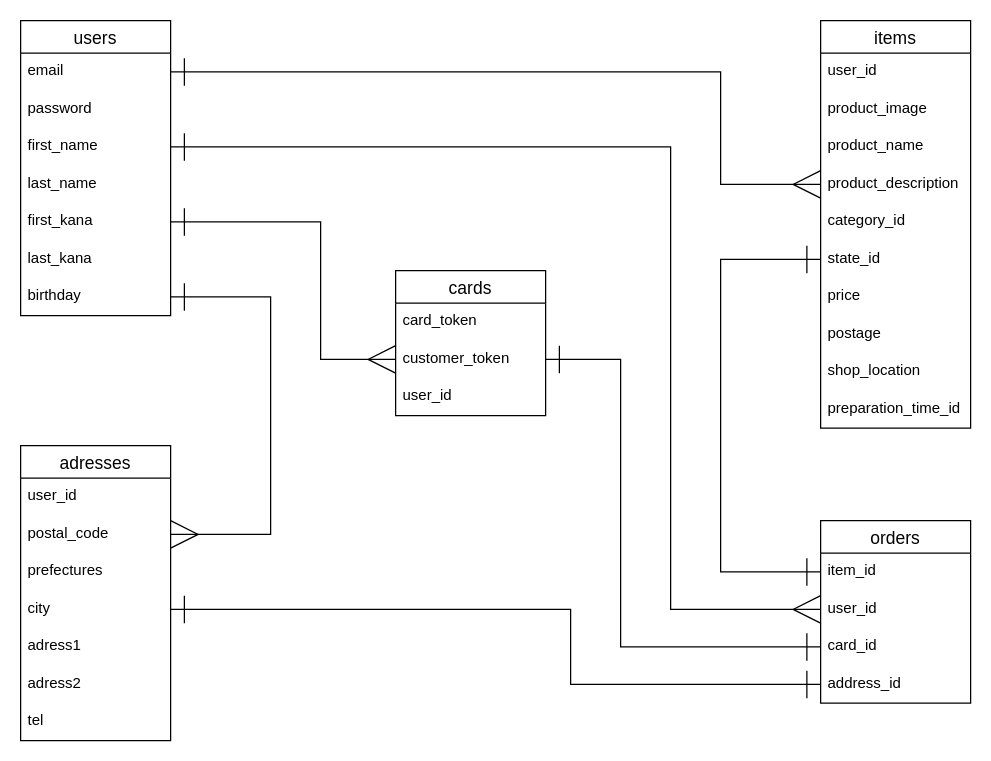
OishiShota/furima-33917 keeps this draw.io diagram as DB.dio. Above is the earlier version. Source tidied: cells renumbered, new cells numbered last; positions are measured from the earlier drawing's top-left corner, leaving out a move shared by most shapes. Both pictures are drawn from the tidied source at 125%, with x=0, y=0 at pixel (20, 20).
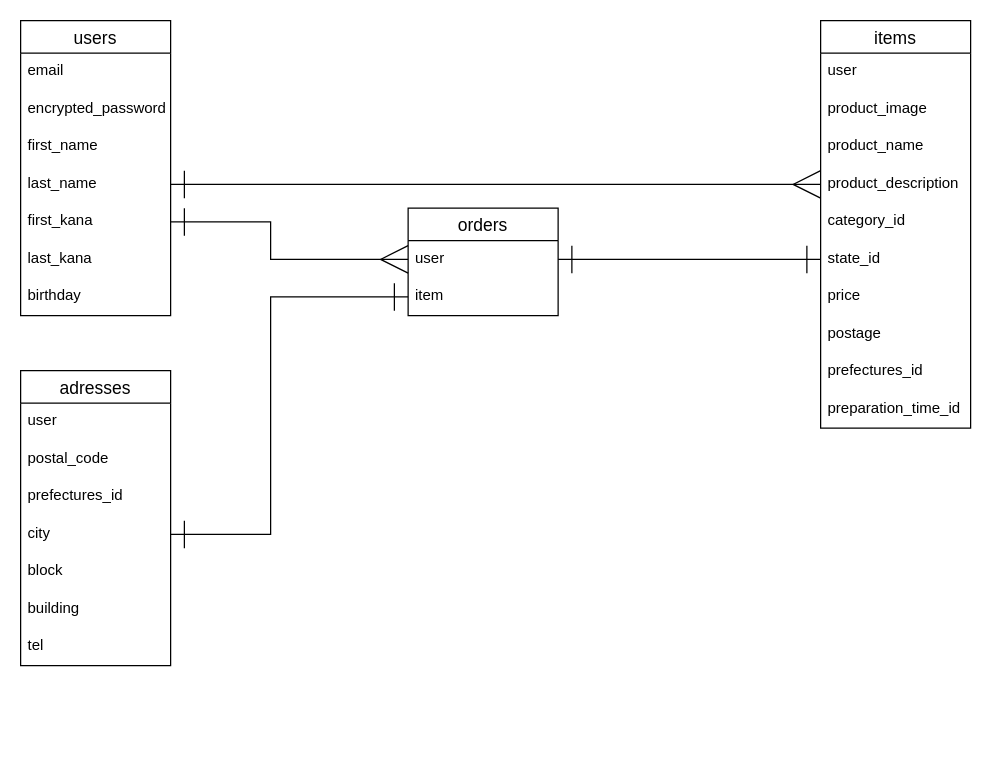
After the change.

Commit message (it also covers changes not shown here):
DB設計の修正

The change refers to these unchanged cells:
```xml
<mxCell id="2" value="users" style="swimlane;fontStyle=0;horizontal=1;startSize=26;align=center;fontSize=14;" parent="1" vertex="1">
  <mxGeometry width="120" height="236" as="geometry" />
</mxCell>
<mxCell id="3" value="email" style="text;strokeColor=none;fillColor=none;spacingLeft=4;spacingRight=4;overflow=hidden;points=[[0,0.5],[1,0.5]];portConstraint=eastwest;fontSize=12;" parent="2" vertex="1">
  <mxGeometry y="26" width="120" height="30" as="geometry" />
</mxCell>
<mxCell id="5" value="first_name" style="text;strokeColor=none;fillColor=none;spacingLeft=4;spacingRight=4;overflow=hidden;points=[[0,0.5],[1,0.5]];portConstraint=eastwest;fontSize=12;" parent="2" vertex="1">
  <mxGeometry y="86" width="120" height="30" as="geometry" />
</mxCell>
<mxCell id="6" value="last_name" style="text;strokeColor=none;fillColor=none;spacingLeft=4;spacingRight=4;overflow=hidden;points=[[0,0.5],[1,0.5]];portConstraint=eastwest;fontSize=12;" parent="2" vertex="1">
  <mxGeometry y="116" width="120" height="30" as="geometry" />
</mxCell>
<mxCell id="7" value="first_kana" style="text;strokeColor=none;fillColor=none;spacingLeft=4;spacingRight=4;overflow=hidden;points=[[0,0.5],[1,0.5]];portConstraint=eastwest;fontSize=12;" parent="2" vertex="1">
  <mxGeometry y="146" width="120" height="30" as="geometry" />
</mxCell>
<mxCell id="10" value="birthday" style="text;strokeColor=none;fillColor=none;spacingLeft=4;spacingRight=4;overflow=hidden;points=[[0,0.5],[1,0.5]];portConstraint=eastwest;fontSize=12;" parent="2" vertex="1">
  <mxGeometry y="206" width="120" height="30" as="geometry" />
</mxCell>
<mxCell id="11" value="items" style="swimlane;fontStyle=0;horizontal=1;startSize=26;align=center;fontSize=14;" parent="1" vertex="1">
  <mxGeometry x="640" width="120" height="326" as="geometry" />
</mxCell>
<mxCell id="15" value="product_description&#10;" style="text;strokeColor=none;fillColor=none;spacingLeft=4;spacingRight=4;overflow=hidden;points=[[0,0.5],[1,0.5]];portConstraint=eastwest;fontSize=12;" parent="11" vertex="1">
  <mxGeometry y="116" width="120" height="30" as="geometry" />
</mxCell>
<mxCell id="17" value="state_id" style="text;strokeColor=none;fillColor=none;spacingLeft=4;spacingRight=4;overflow=hidden;points=[[0,0.5],[1,0.5]];portConstraint=eastwest;fontSize=12;" parent="11" vertex="1">
  <mxGeometry y="176" width="120" height="30" as="geometry" />
</mxCell>
<mxCell id="29" value="postal_code" style="text;strokeColor=none;fillColor=none;spacingLeft=4;spacingRight=4;overflow=hidden;points=[[0,0.5],[1,0.5]];portConstraint=eastwest;fontSize=12;" parent="27" vertex="1">
  <mxGeometry y="56" width="120" height="30" as="geometry" />
</mxCell>
<mxCell id="31" value="city" style="text;strokeColor=none;fillColor=none;spacingLeft=4;spacingRight=4;overflow=hidden;points=[[0,0.5],[1,0.5]];portConstraint=eastwest;fontSize=12;" parent="27" vertex="1">
  <mxGeometry y="116" width="120" height="30" as="geometry" />
</mxCell>
```

Change to the diagram source:
```diff
@@
-    <mxCell id="4" value="password" style="text;strokeColor=none;fillColor=none;spacingLeft=4;spacingRight=4;overflow=hidden;fontSize=12;" parent="2" vertex="1">
+    <mxCell id="4" value="encrypted_password" style="text;strokeColor=none;fillColor=none;spacingLeft=4;spacingRight=4;overflow=hidden;fontSize=12;" parent="2" vertex="1">
       <mxGeometry y="56" width="120" height="30" as="geometry" />
     </mxCell>
@@
-    <mxCell id="12" value="user_id" style="text;strokeColor=none;fillColor=none;spacingLeft=4;spacingRight=4;overflow=hidden;fontSize=12;" parent="11" vertex="1">
+    <mxCell id="12" value="user" style="text;strokeColor=none;fillColor=none;spacingLeft=4;spacingRight=4;overflow=hidden;fontSize=12;" parent="11" vertex="1">
       <mxGeometry y="26" width="120" height="30" as="geometry" />
     </mxCell>
@@
-    <mxCell id="20" value="shop_location" style="text;strokeColor=none;fillColor=none;spacingLeft=4;spacingRight=4;overflow=hidden;fontSize=12;" parent="11" vertex="1">
+    <mxCell id="20" value="prefectures_id" style="text;strokeColor=none;fillColor=none;spacingLeft=4;spacingRight=4;overflow=hidden;fontSize=12;" parent="11" vertex="1">
       <mxGeometry y="266" width="120" height="30" as="geometry" />
     </mxCell>
@@
     <mxCell id="22" value="orders" style="swimlane;fontStyle=0;horizontal=1;startSize=26;align=center;fontSize=14;" parent="1" vertex="1">
-      <mxGeometry x="640" y="400" width="120" height="146" as="geometry" />
+      <mxGeometry x="310" y="150" width="120" height="86" as="geometry" />
     </mxCell>
+    <mxCell id="24" value="user" style="text;strokeColor=none;fillColor=none;spacingLeft=4;spacingRight=4;overflow=hidden;points=[[0,0.5],[1,0.5]];portConstraint=eastwest;fontSize=12;" parent="22" vertex="1">
+      <mxGeometry y="26" width="120" height="30" as="geometry" />
+    </mxCell>
-    <mxCell id="23" value="item_id" style="text;strokeColor=none;fillColor=none;spacingLeft=4;spacingRight=4;overflow=hidden;points=[[0,0.5],[1,0.5]];portConstraint=eastwest;fontSize=12;" parent="22" vertex="1">
-      <mxGeometry y="26" width="120" height="30" as="geometry" />
+    <mxCell id="23" value="item" style="text;strokeColor=none;fillColor=none;spacingLeft=4;spacingRight=4;overflow=hidden;points=[[0,0.5],[1,0.5]];portConstraint=eastwest;fontSize=12;" parent="22" vertex="1">
+      <mxGeometry y="56" width="120" height="30" as="geometry" />
     </mxCell>
-    <mxCell id="24" value="user_id" style="text;strokeColor=none;fillColor=none;spacingLeft=4;spacingRight=4;overflow=hidden;points=[[0,0.5],[1,0.5]];portConstraint=eastwest;fontSize=12;" parent="22" vertex="1">
-      <mxGeometry y="56" width="120" height="30" as="geometry" />
-    </mxCell>
-    <mxCell id="25" value="card_id" style="text;strokeColor=none;fillColor=none;spacingLeft=4;spacingRight=4;overflow=hidden;points=[[0,0.5],[1,0.5]];portConstraint=eastwest;fontSize=12;" parent="22" vertex="1">
-      <mxGeometry y="86" width="120" height="30" as="geometry" />
-    </mxCell>
-    <mxCell id="26" value="address_id" style="text;strokeColor=none;fillColor=none;spacingLeft=4;spacingRight=4;overflow=hidden;points=[[0,0.5],[1,0.5]];portConstraint=eastwest;fontSize=12;" parent="22" vertex="1">
-      <mxGeometry y="116" width="120" height="30" as="geometry" />
-    </mxCell>
     <mxCell id="27" value="adresses" style="swimlane;fontStyle=0;horizontal=1;startSize=26;align=center;fontSize=14;" parent="1" vertex="1">
-      <mxGeometry y="340" width="120" height="236" as="geometry" />
+      <mxGeometry y="280" width="120" height="236" as="geometry" />
     </mxCell>
-    <mxCell id="28" value="user_id" style="text;strokeColor=none;fillColor=none;spacingLeft=4;spacingRight=4;overflow=hidden;fontSize=12;" parent="27" vertex="1">
+    <mxCell id="28" value="user" style="text;strokeColor=none;fillColor=none;spacingLeft=4;spacingRight=4;overflow=hidden;fontSize=12;" parent="27" vertex="1">
       <mxGeometry y="26" width="120" height="30" as="geometry" />
     </mxCell>
@@
-    <mxCell id="30" value="prefectures" style="text;strokeColor=none;fillColor=none;spacingLeft=4;spacingRight=4;overflow=hidden;fontSize=12;" parent="27" vertex="1">
+    <mxCell id="30" value="prefectures_id" style="text;strokeColor=none;fillColor=none;spacingLeft=4;spacingRight=4;overflow=hidden;fontSize=12;" parent="27" vertex="1">
       <mxGeometry y="86" width="120" height="30" as="geometry" />
     </mxCell>
@@
-    <mxCell id="32" value="adress1" style="text;strokeColor=none;fillColor=none;spacingLeft=4;spacingRight=4;overflow=hidden;fontSize=12;" parent="27" vertex="1">
+    <mxCell id="32" value="block" style="text;strokeColor=none;fillColor=none;spacingLeft=4;spacingRight=4;overflow=hidden;fontSize=12;" parent="27" vertex="1">
       <mxGeometry y="146" width="120" height="30" as="geometry" />
     </mxCell>
-    <mxCell id="33" value="adress2" style="text;strokeColor=none;fillColor=none;spacingLeft=4;spacingRight=4;overflow=hidden;fontSize=12;" parent="27" vertex="1">
+    <mxCell id="33" value="building" style="text;strokeColor=none;fillColor=none;spacingLeft=4;spacingRight=4;overflow=hidden;fontSize=12;" parent="27" vertex="1">
       <mxGeometry y="176" width="120" height="30" as="geometry" />
     </mxCell>
@@
-    <mxCell id="35" value="cards" style="swimlane;fontStyle=0;horizontal=1;startSize=26;align=center;fontSize=14;" parent="1" vertex="1">
-      <mxGeometry x="300" y="200" width="120" height="116" as="geometry" />
-    </mxCell>
-    <mxCell id="36" value="card_token" style="text;strokeColor=none;fillColor=none;spacingLeft=4;spacingRight=4;overflow=hidden;fontSize=12;" parent="35" vertex="1">
-      <mxGeometry y="26" width="120" height="30" as="geometry" />
-    </mxCell>
-    <mxCell id="37" value="customer_token" style="text;strokeColor=none;fillColor=none;spacingLeft=4;spacingRight=4;overflow=hidden;points=[[0,0.5],[1,0.5]];portConstraint=eastwest;fontSize=12;" parent="35" vertex="1">
-      <mxGeometry y="56" width="120" height="30" as="geometry" />
-    </mxCell>
-    <mxCell id="38" value="user_id" style="text;strokeColor=none;fillColor=none;spacingLeft=4;spacingRight=4;overflow=hidden;fontSize=12;" parent="35" vertex="1">
-      <mxGeometry y="86" width="120" height="30" as="geometry" />
-    </mxCell>
-    <mxCell id="39" style="edgeStyle=orthogonalEdgeStyle;rounded=0;jettySize=auto;html=1;endArrow=ERmany;endFill=0;startArrow=ERone;startFill=0;endSize=20;startSize=20;exitX=1;exitY=0.5;exitDx=0;exitDy=0;entryX=1;entryY=0.5;entryDx=0;entryDy=0;" parent="1" edge="1" source="10" target="29">
-      <mxGeometry relative="1" as="geometry">
-        <Array as="points">
-          <mxPoint x="200" y="221" />
-          <mxPoint x="200" y="411" />
-        </Array>
-      </mxGeometry>
-    </mxCell>
-    <mxCell id="40" style="edgeStyle=orthogonalEdgeStyle;rounded=0;jettySize=auto;html=1;endArrow=ERmany;endFill=0;startArrow=ERone;startFill=0;endSize=20;startSize=20;entryX=0;entryY=0.5;entryDx=0;entryDy=0;exitX=1;exitY=0.5;exitDx=0;exitDy=0;" parent="1" edge="1" source="3" target="15">
+    <mxCell id="40" style="edgeStyle=orthogonalEdgeStyle;rounded=0;jettySize=auto;html=1;endArrow=ERmany;endFill=0;startArrow=ERone;startFill=0;endSize=20;startSize=20;entryX=0;entryY=0.5;entryDx=0;entryDy=0;exitX=1;exitY=0.5;exitDx=0;exitDy=0;" parent="1" edge="1" source="6" target="15">
       <mxGeometry relative="1" as="geometry">
         <Array as="points">
-          <mxPoint x="560" y="41" />
-          <mxPoint x="560" y="131" />
+          <mxPoint x="350" y="131" />
+          <mxPoint x="350" y="131" />
         </Array>
       </mxGeometry>
     </mxCell>
-    <mxCell id="41" style="edgeStyle=orthogonalEdgeStyle;rounded=0;jettySize=auto;html=1;endArrow=ERmany;endFill=0;startArrow=ERone;startFill=0;endSize=20;startSize=20;entryX=0;entryY=0.5;entryDx=0;entryDy=0;exitX=1;exitY=0.5;exitDx=0;exitDy=0;" parent="1" edge="1" source="5" target="24">
+    <mxCell id="41" style="edgeStyle=orthogonalEdgeStyle;rounded=0;jettySize=auto;html=1;endArrow=ERmany;endFill=0;startArrow=ERone;startFill=0;endSize=20;startSize=20;entryX=0;entryY=0.5;entryDx=0;entryDy=0;exitX=1;exitY=0.5;exitDx=0;exitDy=0;" parent="1" edge="1" source="7" target="24">
       <mxGeometry relative="1" as="geometry">
         <Array as="points">
-          <mxPoint x="520" y="101" />
-          <mxPoint x="520" y="471" />
+          <mxPoint x="200" y="161" />
+          <mxPoint x="200" y="191" />
         </Array>
       </mxGeometry>
     </mxCell>
-    <mxCell id="42" style="edgeStyle=orthogonalEdgeStyle;rounded=0;jettySize=auto;html=1;endArrow=ERmany;endFill=0;startArrow=ERone;startFill=0;endSize=20;startSize=20;entryX=0;entryY=0.5;entryDx=0;entryDy=0;exitX=1;exitY=0.5;exitDx=0;exitDy=0;" parent="1" edge="1" source="7" target="37">
-      <mxGeometry relative="1" as="geometry">
-        <Array as="points">
-          <mxPoint x="240" y="161" />
-          <mxPoint x="240" y="271" />
-        </Array>
-      </mxGeometry>
-    </mxCell>
-    <mxCell id="43" style="edgeStyle=orthogonalEdgeStyle;rounded=0;jettySize=auto;html=1;endArrow=ERone;endFill=0;startArrow=ERone;startFill=0;endSize=20;startSize=20;exitX=0;exitY=0.5;exitDx=0;exitDy=0;entryX=0;entryY=0.5;entryDx=0;entryDy=0;" parent="1" edge="1" source="17" target="23">
+    <mxCell id="43" style="edgeStyle=orthogonalEdgeStyle;rounded=0;jettySize=auto;html=1;endArrow=ERone;endFill=0;startArrow=ERone;startFill=0;endSize=20;startSize=20;exitX=0;exitY=0.5;exitDx=0;exitDy=0;entryX=1;entryY=0.5;entryDx=0;entryDy=0;" parent="1" edge="1" source="17" target="24">
       <mxGeometry relative="1" as="geometry">
         <Array as="points">
-          <mxPoint x="560" y="191" />
-          <mxPoint x="560" y="441" />
+          <mxPoint x="430" y="191" />
         </Array>
       </mxGeometry>
     </mxCell>
-    <mxCell id="44" style="edgeStyle=orthogonalEdgeStyle;rounded=0;jettySize=auto;html=1;endArrow=ERone;endFill=0;startArrow=ERone;startFill=0;endSize=20;startSize=20;entryX=0;entryY=0.5;entryDx=0;entryDy=0;exitX=1;exitY=0.5;exitDx=0;exitDy=0;" parent="1" edge="1" source="37" target="25">
-      <mxGeometry relative="1" as="geometry">
-        <Array as="points">
-          <mxPoint x="480" y="271" />
-          <mxPoint x="480" y="501" />
-        </Array>
-      </mxGeometry>
-    </mxCell>
-    <mxCell id="45" style="edgeStyle=orthogonalEdgeStyle;rounded=0;jettySize=auto;html=1;endArrow=ERone;endFill=0;startArrow=ERone;startFill=0;endSize=20;startSize=20;entryX=0;entryY=0.5;entryDx=0;entryDy=0;exitX=1;exitY=0.5;exitDx=0;exitDy=0;" parent="1" edge="1" source="31" target="26">
+    <mxCell id="45" style="edgeStyle=orthogonalEdgeStyle;rounded=0;jettySize=auto;html=1;endArrow=ERone;endFill=0;startArrow=ERone;startFill=0;endSize=20;startSize=20;exitX=1;exitY=0.5;exitDx=0;exitDy=0;entryX=0;entryY=0.5;entryDx=0;entryDy=0;" parent="1" edge="1" source="31" target="23">
       <mxGeometry relative="1" as="geometry">
         <Array as="points">
-          <mxPoint x="440" y="471" />
-          <mxPoint x="440" y="531" />
+          <mxPoint x="200" y="411" />
+          <mxPoint x="200" y="221" />
         </Array>
       </mxGeometry>
     </mxCell>
```
